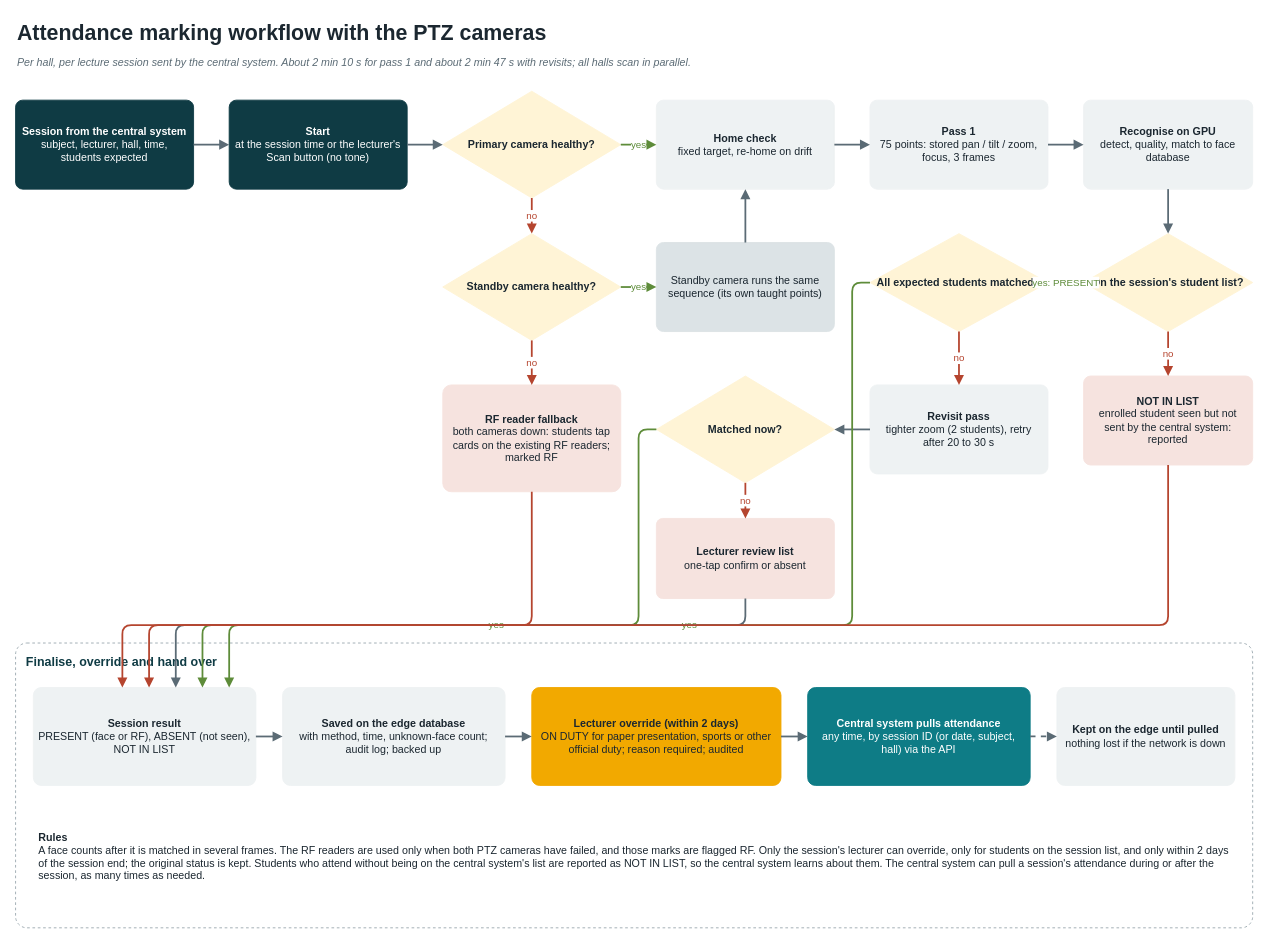
Earlier version of the draw.io diagram architecture/PTZ_04_Attendance_marking_workflow.drawio (cstephenpaulraj/AttendanceSystem). Source tidied: cells renumbered, new cells numbered last; positions are measured from the earlier drawing's top-left corner, leaving out a move shared by most shapes. Both pictures are drawn from the tidied source at 89%, with x=0, y=0 at pixel (15, 15).
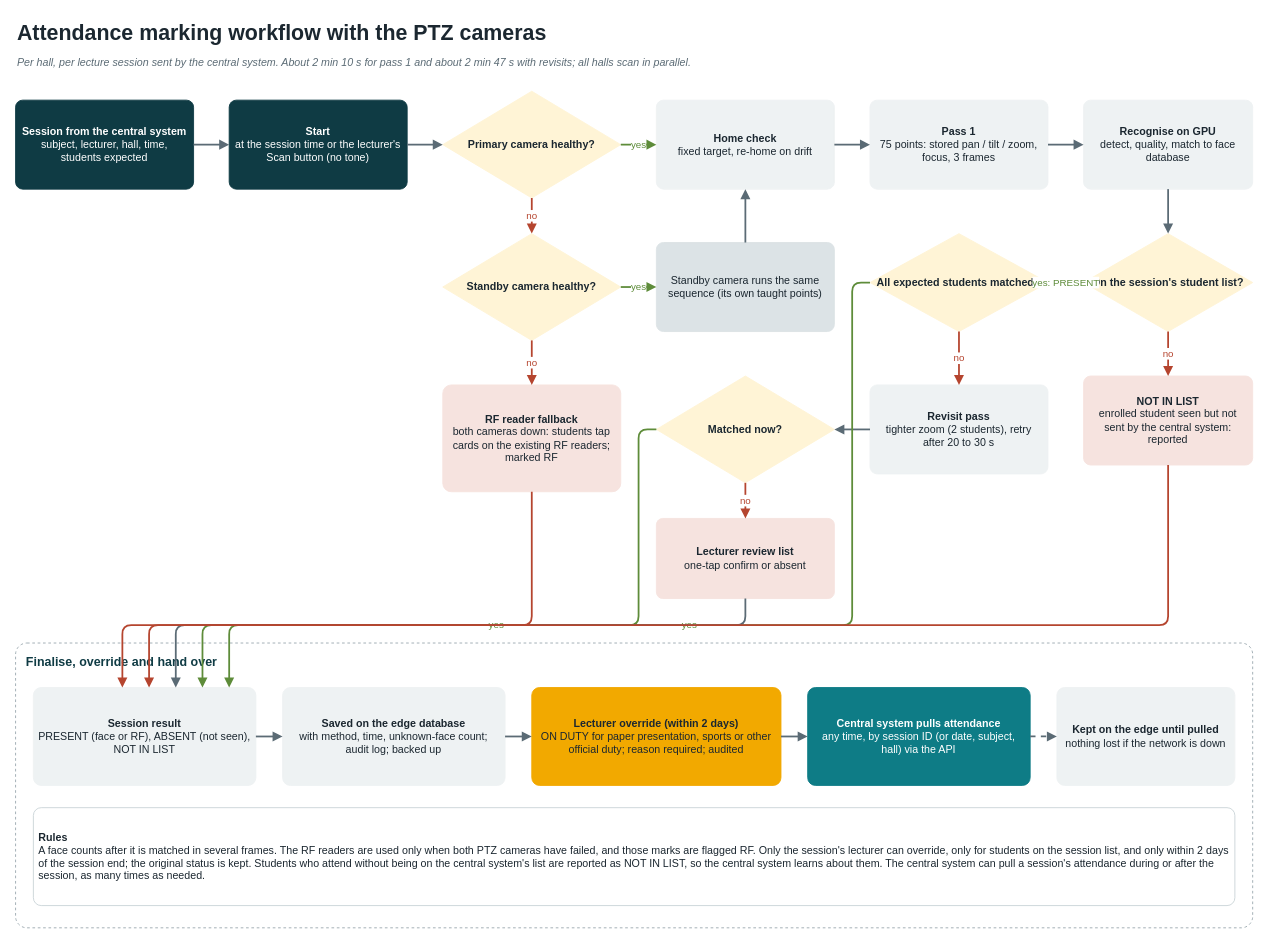
After the change.

Diff of the diagram source:
```diff
@@
-    <mxCell id="49" value="&lt;b&gt;Rules&lt;/b&gt;&lt;br&gt;A face counts after it is matched in several frames. The RF readers are used only when both PTZ cameras have failed, and those marks are flagged RF. Only the session's lecturer can override, only for students on the session list, and only within 2 days of the session end; the original status is kept. Students who attend without being on the central system's list are reported as NOT IN LIST, so the central system learns about them. The central system can pull a session's attendance during or after the session, as many times as needed." style="rounded=1;arcSize=8;whiteSpace=wrap;html=1;fontFamily=Arial;fontSize=12;fillColor=#FFFFFF;fontColor=#1B2730;strokeColor=#FFFFFF;align=left;spacingLeft=4;spacingRight=4;" parent="1" vertex="1">
+    <mxCell id="49" value="&lt;b&gt;Rules&lt;/b&gt;&lt;br&gt;A face counts after it is matched in several frames. The RF readers are used only when both PTZ cameras have failed, and those marks are flagged RF. Only the session's lecturer can override, only for students on the session list, and only within 2 days of the session end; the original status is kept. Students who attend without being on the central system's list are reported as NOT IN LIST, so the central system learns about them. The central system can pull a session's attendance during or after the session, as many times as needed." style="rounded=1;arcSize=8;whiteSpace=wrap;html=1;fontFamily=Arial;fontSize=12;fillColor=#FFFFFF;fontColor=#1B2730;strokeColor=#C9D3D7;align=left;spacingLeft=4;spacingRight=4;" parent="1" vertex="1">
       <mxGeometry x="20" y="890" width="1350" height="110" as="geometry" />
     </mxCell>
```
